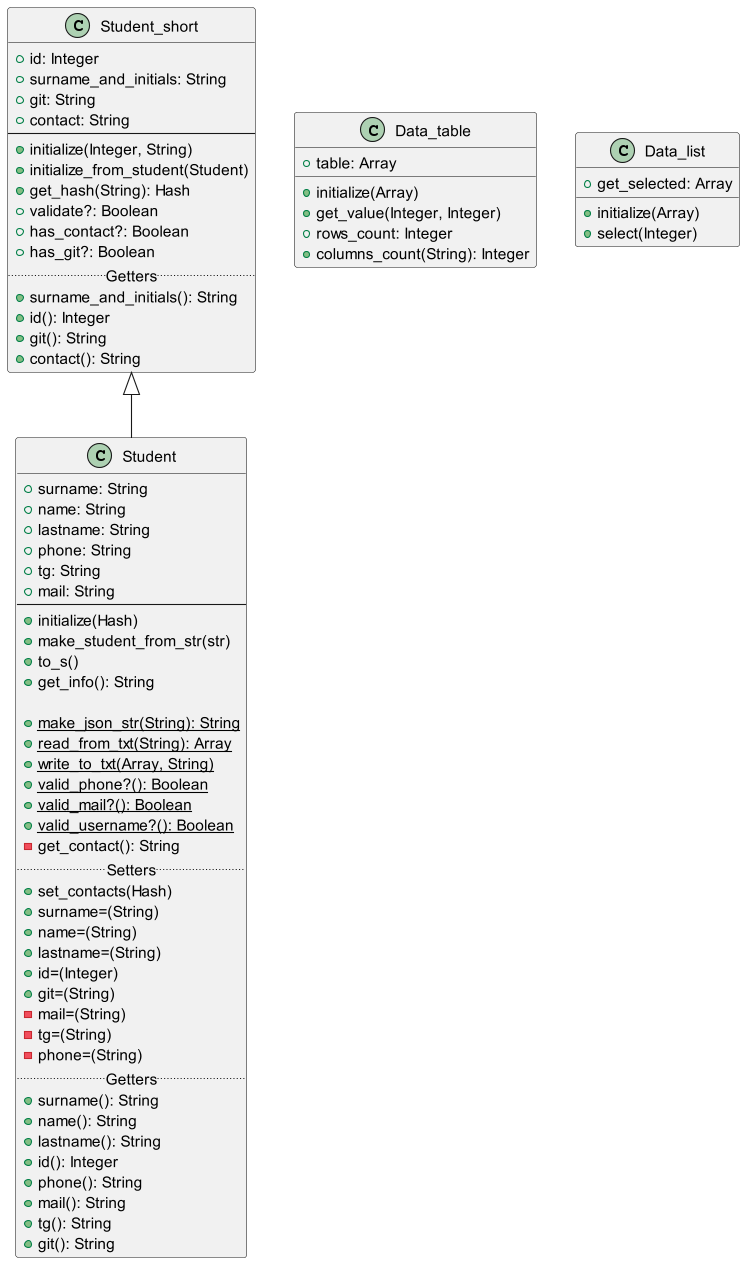
Before: Lab2/Diagrams/Student.png, a diagram exported from PlantUML (archipunkrockboy/Programming-patterns).
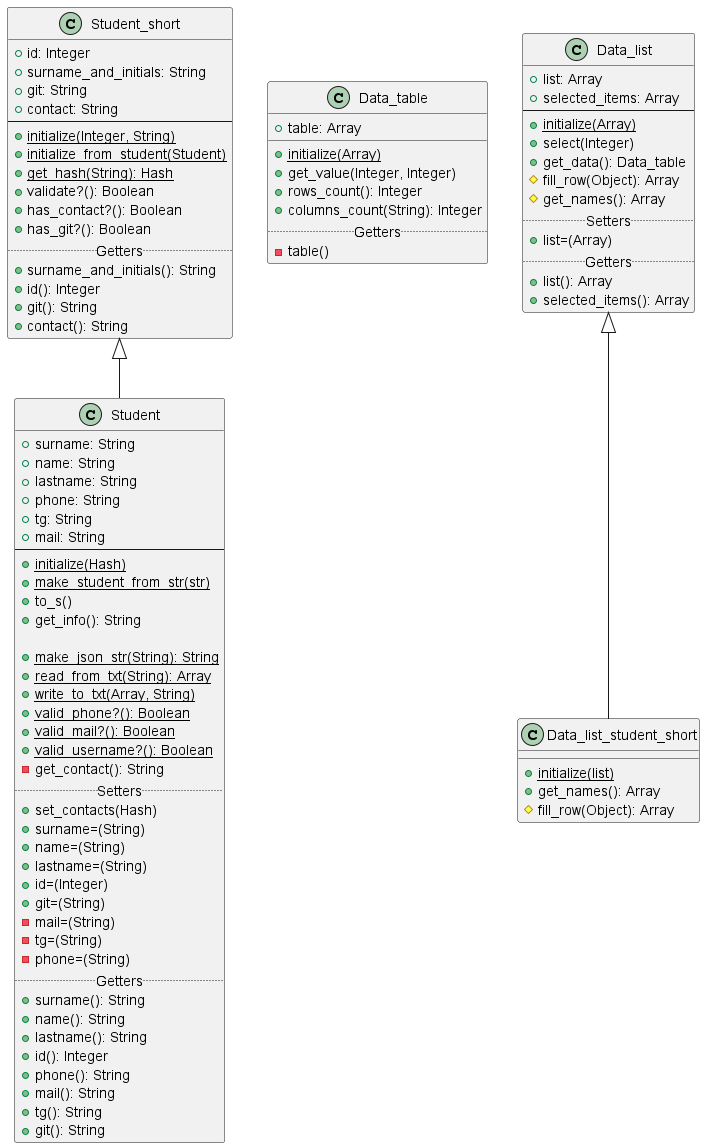
The same diagram one commit later.

Commit message:
обновил диаграмму классов

Diff of the diagram source:
```diff
@@ -6,12 +6,12 @@
     +git: String
     +contact: String
     --
-    +initialize(Integer, String)
-    +initialize_from_student(Student)
-    +get_hash(String): Hash
-    +validate?: Boolean
-    +has_contact?: Boolean
-    +has_git?: Boolean
+    +{static}initialize(Integer, String)
+    +{static}initialize_from_student(Student)
+    +{static}get_hash(String): Hash
+    +validate?(): Boolean
+    +has_contact?(): Boolean
+    +has_git?(): Boolean
     ..Getters..
     +surname_and_initials(): String
     +id(): Integer
@@ -28,8 +28,8 @@
     +tg: String
     +mail: String
     --
-    +initialize(Hash)
-    +make_student_from_str(str)
+    +{static}initialize(Hash)
+    +{static}make_student_from_str(str)
     +to_s()
     +get_info(): String
 
@@ -64,15 +64,34 @@
     {
     +table: Array
     __
-    +initialize(Array)
+    +{static}initialize(Array)
     +get_value(Integer, Integer)
-    +rows_count: Integer
+    +rows_count(): Integer
     +columns_count(String): Integer
+    ..Getters..
+    -table()
     }
     class Data_list
     {
-    +initialize(Array)
+    +list: Array
+    +selected_items: Array
+    --
+    +{static}initialize(Array)
     +select(Integer)
-    +get_selected: Array
+    +get_data(): Data_table
+    #fill_row(Object): Array
+    #get_names(): Array
+    ..Setters..
+    +list=(Array)
+    ..Getters..
+    +list(): Array
+    +selected_items(): Array
+     }
+    class Data_list_student_short extends Data_list
+    {
+    __
+    +{static}initialize(list)
+    +get_names(): Array
+    #fill_row(Object): Array
     }
 @enduml
```
